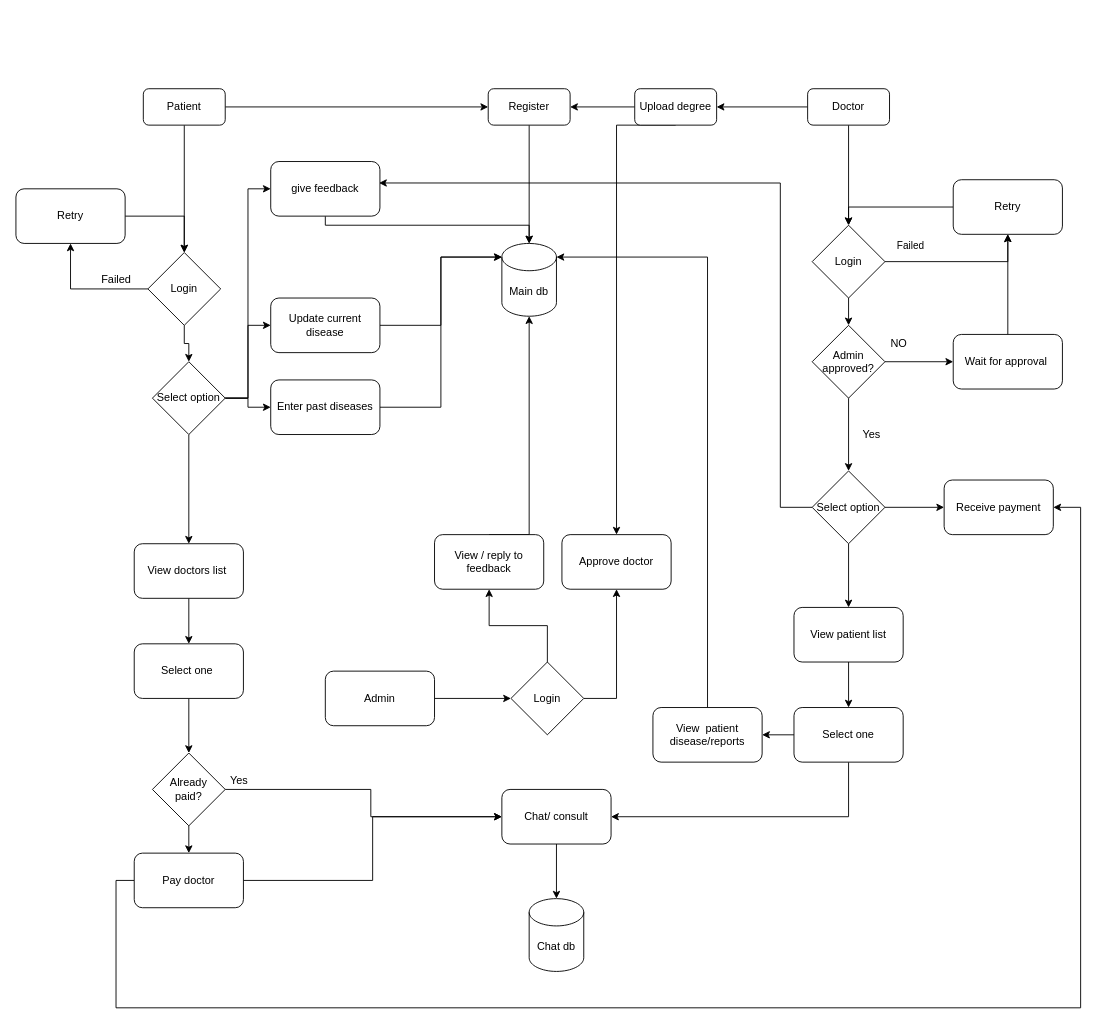
Earlier version of the draw.io diagram page "arch" (7 of 14) of stqa.drawio (MohitBurkule/doctorconnect). Source tidied: cells renumbered, new cells numbered last; positions are measured from the earlier drawing's top-left corner, leaving out a move shared by most shapes. Both pictures are drawn from the tidied source at 91%, with x=0, y=0 at pixel (15, 88).
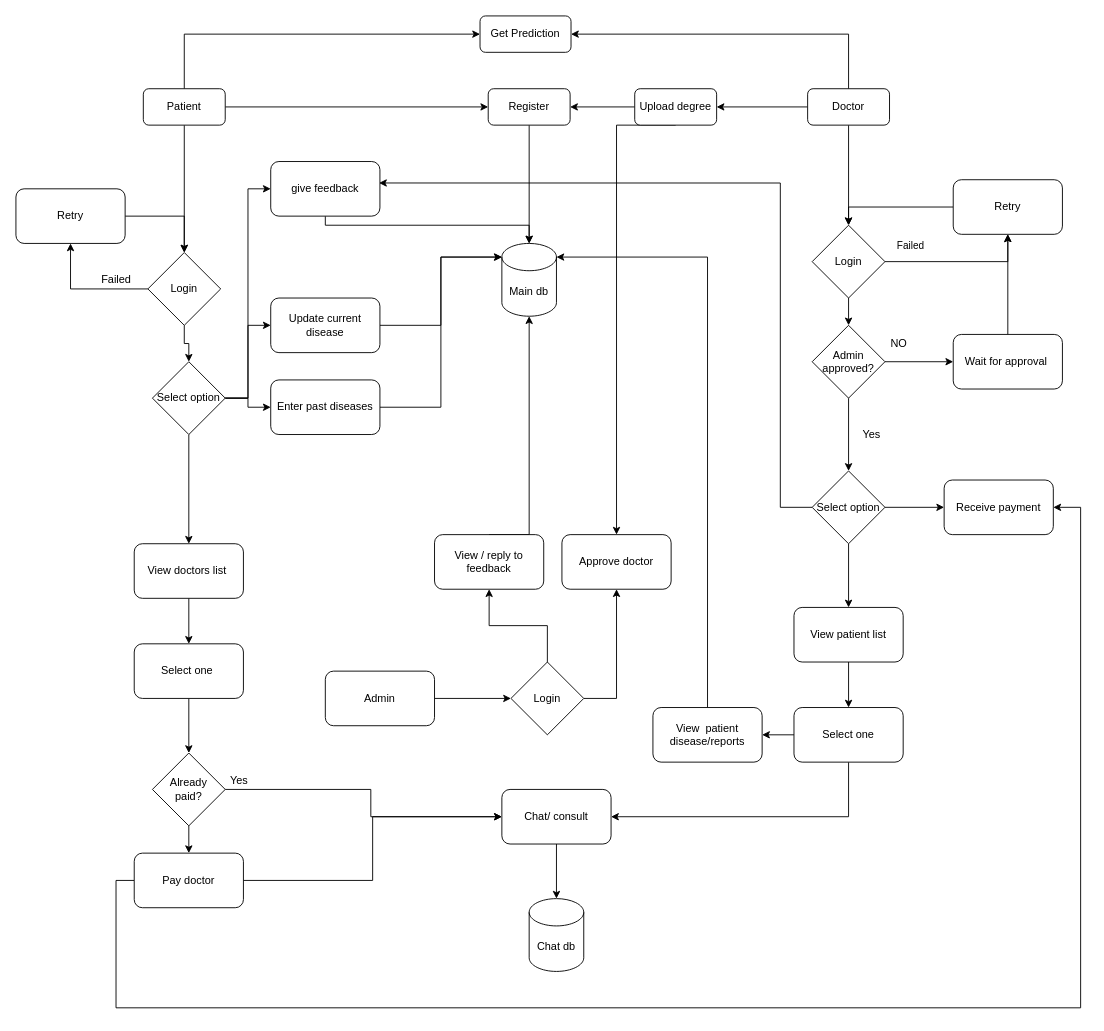
The same page after the edit.

The change refers to these unchanged cells:
```xml
<mxCell id="5" value="Patient" style="rounded=1;whiteSpace=wrap;html=1;" parent="1" vertex="1">
  <mxGeometry x="140" width="90" height="40" as="geometry" />
</mxCell>
<mxCell id="10" value="Doctor" style="rounded=1;whiteSpace=wrap;html=1;" parent="1" vertex="1">
  <mxGeometry x="870" width="90" height="40" as="geometry" />
</mxCell>
```

Change to the diagram source:
```diff
@@
+    <mxCell id="78" style="edgeStyle=orthogonalEdgeStyle;rounded=0;jettySize=auto;html=1;exitX=0.5;exitY=0;exitDx=0;exitDy=0;entryX=0;entryY=0.5;entryDx=0;entryDy=0;" parent="1" edge="1" source="5" target="80">
+      <mxGeometry relative="1" as="geometry" />
+    </mxCell>
@@
+    <mxCell id="79" style="edgeStyle=orthogonalEdgeStyle;rounded=0;jettySize=auto;html=1;exitX=0.5;exitY=0;exitDx=0;exitDy=0;entryX=1;entryY=0.5;entryDx=0;entryDy=0;" parent="1" edge="1" source="10" target="80">
+      <mxGeometry relative="1" as="geometry" />
+    </mxCell>
@@
+    <mxCell id="80" value="Get Prediction" style="rounded=1;whiteSpace=wrap;html=1;" parent="1" vertex="1">
+      <mxGeometry x="510" y="-80" width="100" height="40" as="geometry" />
+    </mxCell>
```
